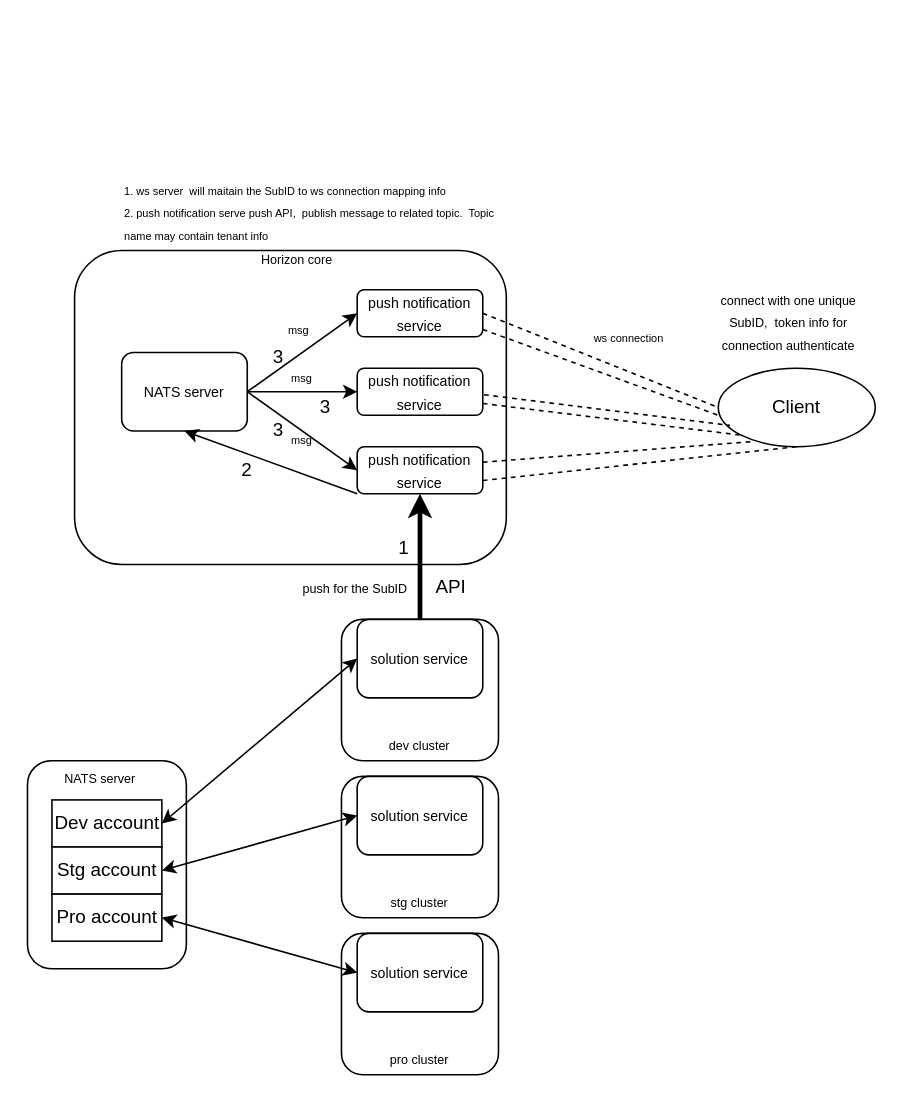
Before: page "Event system" (2 of 2) of Untitled Diagram.drawio in zhangwm1987/mydraw_io, a draw.io diagram. Source tidied: cells renumbered, new cells numbered last; positions are measured from the earlier drawing's top-left corner, leaving out a move shared by most shapes. Both pictures are drawn from the tidied source at 157%, with x=0, y=0 at pixel (27, 179).
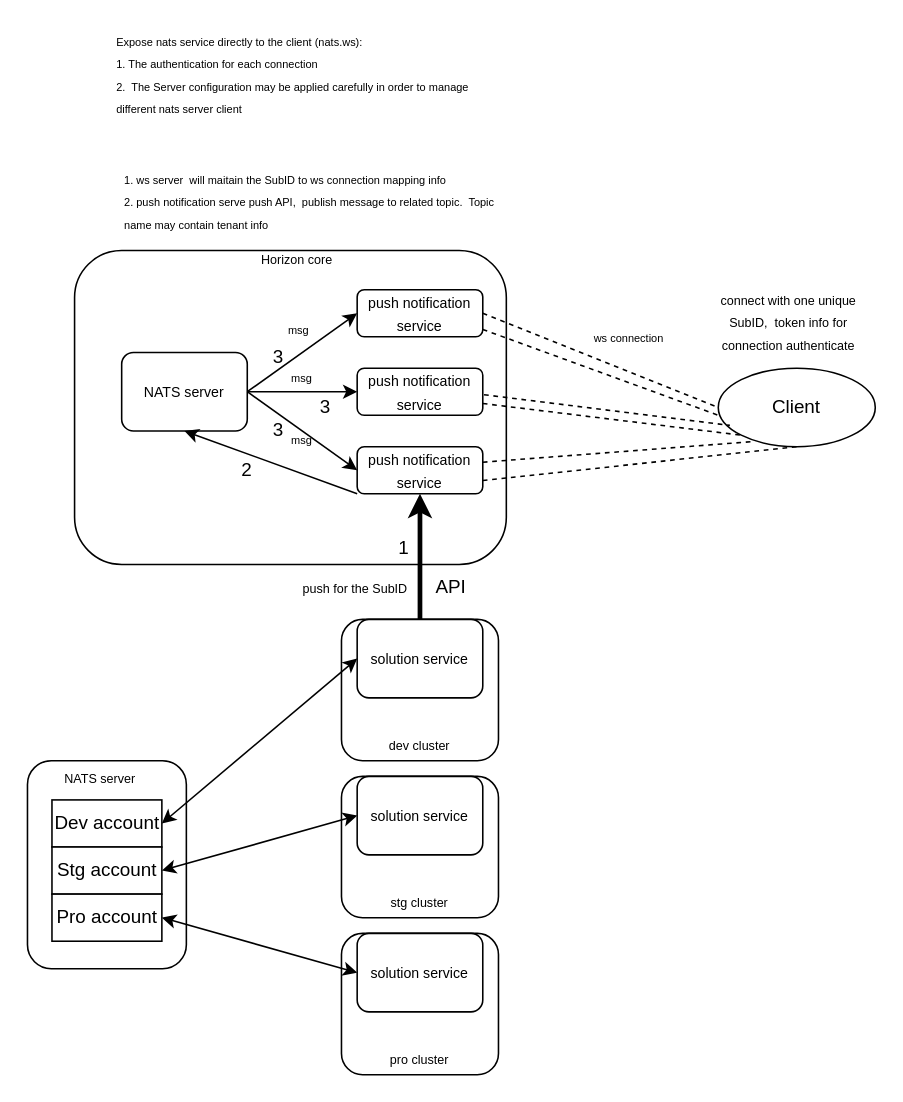
After the change.

What changed in the source:
```diff
@@
     <mxCell id="19" value="&lt;span style=&quot;font-size: 7px&quot;&gt;1. ws server&amp;nbsp; will maitain the SubID to ws connection mapping info&amp;nbsp;&lt;br&gt;2. push notification serve push API,&amp;nbsp; publish message to related topic.&amp;nbsp; Topic&amp;nbsp; name may contain tenant info&lt;br&gt;&lt;/span&gt;" style="text;html=1;strokeColor=none;fillColor=none;align=left;verticalAlign=middle;whiteSpace=wrap;rounded=0;" parent="1" vertex="1">
-      <mxGeometry x="60" width="245" height="40" as="geometry" />
+      <mxGeometry x="60" y="-15" width="245" height="55" as="geometry" />
     </mxCell>
@@
+    <mxCell id="51" value="&lt;span style=&quot;font-size: 7px&quot;&gt;Expose nats service directly to the client (nats.ws):&lt;br&gt;1. The authentication for each connection&lt;br&gt;2.&amp;nbsp; The Server configuration may be applied carefully in order to manage different nats server client&lt;br&gt;&lt;/span&gt;" style="text;html=1;strokeColor=none;fillColor=none;align=left;verticalAlign=middle;whiteSpace=wrap;rounded=0;" parent="1" vertex="1">
+      <mxGeometry x="55" y="-96" width="245" height="55" as="geometry" />
+    </mxCell>
```
